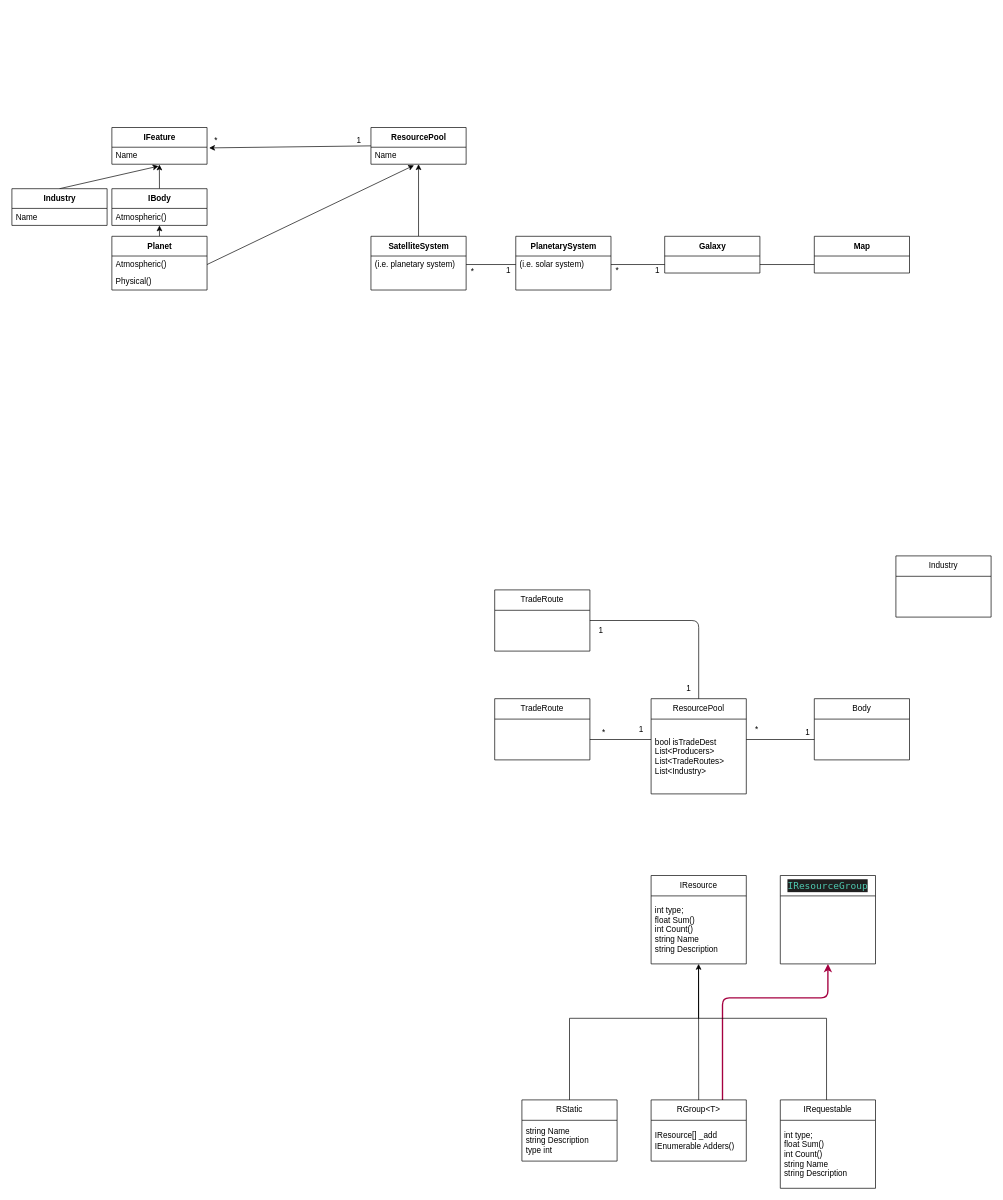
CallumWalley/tradeTest keeps this draw.io diagram as Map/Map.drawio. Above is the earlier version. Source tidied: cells renumbered, new cells numbered last; positions are measured from the earlier drawing's top-left corner, leaving out a move shared by most shapes. Both pictures are drawn from the tidied source at 68%, with x=0, y=0 at pixel (12, 127).
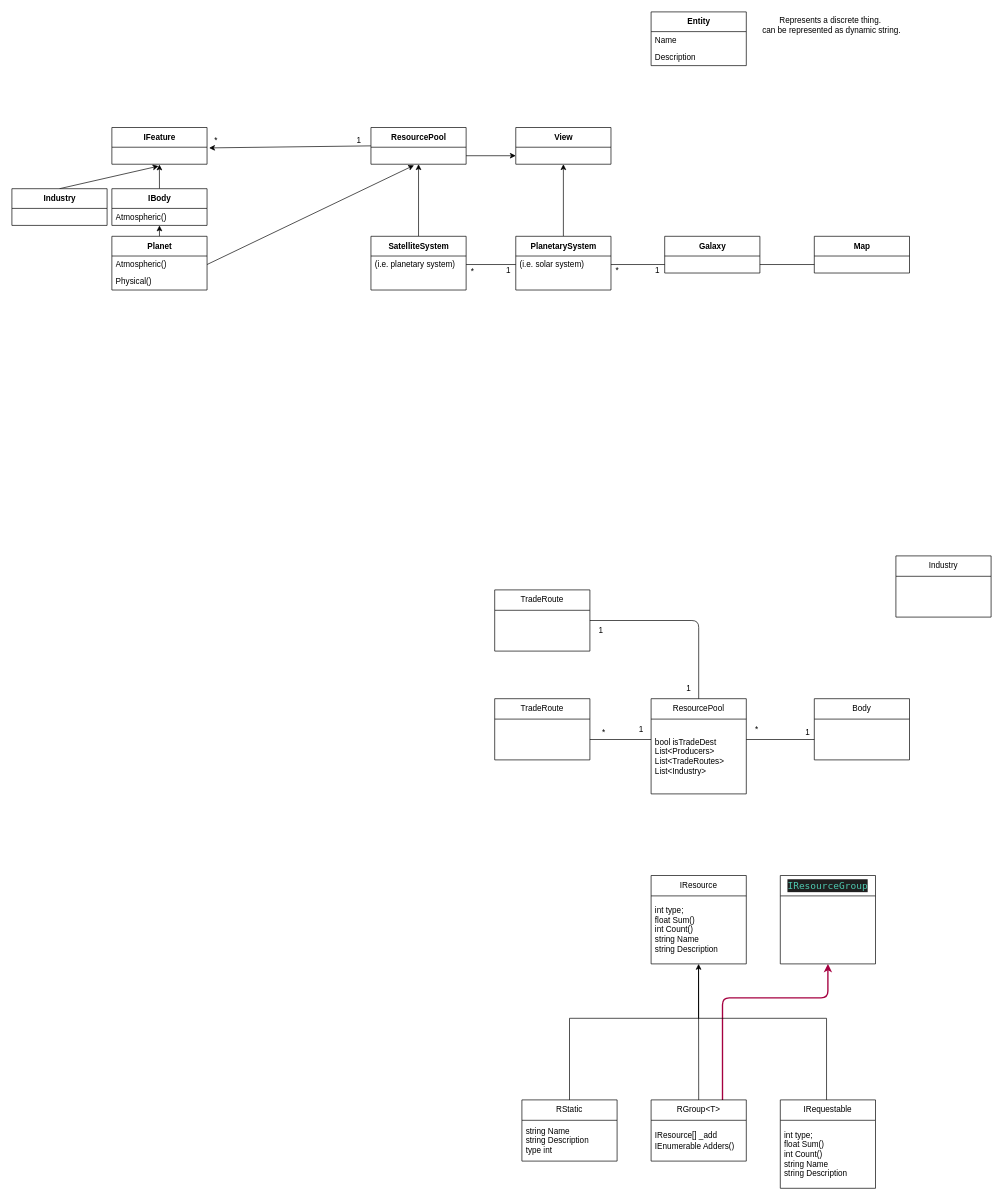
The same diagram, later.

The change refers to these unchanged cells:
```xml
<mxCell id="24" value="Atmospheric()" style="text;html=1;strokeColor=none;fillColor=none;align=left;verticalAlign=middle;spacingLeft=4;spacingRight=4;overflow=hidden;points=[[0,0.5],[1,0.5]];portConstraint=eastwest;dashed=1;" parent="23" vertex="1">
  <mxGeometry y="29" width="140" height="25" as="geometry" />
</mxCell>
<mxCell id="27" value="SatelliteSystem" style="swimlane;fontStyle=1;align=center;verticalAlign=middle;horizontal=1;startSize=29;html=1;" parent="1" vertex="1">
  <mxGeometry x="528" y="160" width="140" height="79" as="geometry" />
</mxCell>
<mxCell id="40" value="IBody" style="swimlane;fontStyle=1;align=center;verticalAlign=middle;horizontal=1;startSize=29;html=1;" parent="1" vertex="1">
  <mxGeometry x="147" y="90" width="140" height="54" as="geometry" />
</mxCell>
<mxCell id="43" value="ResourcePool" style="swimlane;fontStyle=1;align=center;verticalAlign=middle;horizontal=1;startSize=29;html=1;" parent="1" vertex="1">
  <mxGeometry x="528" width="140" height="54" as="geometry" />
</mxCell>
<mxCell id="45" value="PlanetarySystem" style="swimlane;fontStyle=1;align=center;verticalAlign=middle;horizontal=1;startSize=29;html=1;" parent="1" vertex="1">
  <mxGeometry x="741" y="160" width="140" height="79" as="geometry" />
</mxCell>
<mxCell id="48" value="IFeature" style="swimlane;fontStyle=1;align=center;verticalAlign=middle;horizontal=1;startSize=29;html=1;" parent="1" vertex="1">
  <mxGeometry x="147" width="140" height="54" as="geometry" />
</mxCell>
<mxCell id="54" value="Industry" style="swimlane;fontStyle=1;align=center;verticalAlign=middle;horizontal=1;startSize=29;html=1;" parent="1" vertex="1">
  <mxGeometry y="90" width="140" height="54" as="geometry" />
</mxCell>
```

The edit, as a diff of the source:
```diff
@@
-    <mxCell id="22" style="edgeStyle=none;html=1;exitX=1;exitY=0.5;exitDx=0;exitDy=0;entryX=0.452;entryY=1.065;entryDx=0;entryDy=0;entryPerimeter=0;" parent="1" edge="1" source="24" target="44">
-      <mxGeometry relative="1" as="geometry" />
+    <mxCell id="22" style="edgeStyle=none;html=1;exitX=1;exitY=0.5;exitDx=0;exitDy=0;entryX=0.452;entryY=1.065;entryDx=0;entryDy=0;entryPerimeter=0;" parent="1" edge="1" source="24">
+      <mxGeometry relative="1" as="geometry">
+        <mxPoint x="591.3" y="55.6" as="targetPoint" />
+      </mxGeometry>
     </mxCell>
@@
-    <mxCell id="26" style="edgeStyle=none;html=1;exitX=0.5;exitY=0;exitDx=0;exitDy=0;" parent="1" edge="1" source="27" target="44">
-      <mxGeometry relative="1" as="geometry" />
+    <mxCell id="26" style="edgeStyle=none;html=1;exitX=0.5;exitY=0;exitDx=0;exitDy=0;" parent="1" edge="1" source="27">
+      <mxGeometry relative="1" as="geometry">
+        <mxPoint x="598" y="54" as="targetPoint" />
+      </mxGeometry>
     </mxCell>
@@
-    <mxCell id="39" style="edgeStyle=none;html=1;exitX=0.5;exitY=0;exitDx=0;exitDy=0;entryX=0.499;entryY=1.017;entryDx=0;entryDy=0;entryPerimeter=0;" parent="1" edge="1" source="40" target="49">
-      <mxGeometry relative="1" as="geometry" />
+    <mxCell id="39" style="edgeStyle=none;html=1;exitX=0.5;exitY=0;exitDx=0;exitDy=0;entryX=0.499;entryY=1.017;entryDx=0;entryDy=0;entryPerimeter=0;" parent="1" edge="1" source="40">
+      <mxGeometry relative="1" as="geometry">
+        <mxPoint x="216.9" y="54.4" as="targetPoint" />
+      </mxGeometry>
     </mxCell>
@@
-    <mxCell id="44" value="Name" style="text;html=1;strokeColor=none;fillColor=none;align=left;verticalAlign=middle;spacingLeft=4;spacingRight=4;overflow=hidden;points=[[0,0.5],[1,0.5]];portConstraint=eastwest;dashed=1;" parent="43" vertex="1">
-      <mxGeometry y="29" width="140" height="25" as="geometry" />
-    </mxCell>
+    <mxCell id="66" style="edgeStyle=none;html=1;exitX=0.5;exitY=0;exitDx=0;exitDy=0;" parent="1" edge="1" source="45">
+      <mxGeometry relative="1" as="geometry">
+        <mxPoint x="811" y="54" as="targetPoint" />
+      </mxGeometry>
+    </mxCell>
@@
-    <mxCell id="49" value="Name" style="text;html=1;strokeColor=none;fillColor=none;align=left;verticalAlign=middle;spacingLeft=4;spacingRight=4;overflow=hidden;points=[[0,0.5],[1,0.5]];portConstraint=eastwest;dashed=1;" parent="48" vertex="1">
-      <mxGeometry y="29" width="140" height="25" as="geometry" />
-    </mxCell>
@@
-    <mxCell id="53" style="edgeStyle=none;html=1;exitX=0.5;exitY=0;exitDx=0;exitDy=0;entryX=0.49;entryY=1.113;entryDx=0;entryDy=0;entryPerimeter=0;" parent="1" edge="1" source="54" target="49">
-      <mxGeometry relative="1" as="geometry" />
+    <mxCell id="53" style="edgeStyle=none;html=1;exitX=0.5;exitY=0;exitDx=0;exitDy=0;entryX=0.49;entryY=1.113;entryDx=0;entryDy=0;entryPerimeter=0;" parent="1" edge="1" source="54">
+      <mxGeometry relative="1" as="geometry">
+        <mxPoint x="215.6" y="56.8" as="targetPoint" />
+      </mxGeometry>
     </mxCell>
@@
-    <mxCell id="55" value="Name" style="text;html=1;strokeColor=none;fillColor=none;align=left;verticalAlign=middle;spacingLeft=4;spacingRight=4;overflow=hidden;dashed=1;" parent="54" vertex="1">
-      <mxGeometry y="29" width="140" height="25" as="geometry" />
-    </mxCell>
@@
+    <mxCell id="67" value="View" style="swimlane;fontStyle=1;align=center;verticalAlign=middle;horizontal=1;startSize=29;html=1;" parent="1" vertex="1">
+      <mxGeometry x="741" width="140" height="54" as="geometry" />
+    </mxCell>
+    <mxCell id="68" style="edgeStyle=none;html=1;exitX=1;exitY=0.5;exitDx=0;exitDy=0;entryX=0;entryY=0.5;entryDx=0;entryDy=0;" parent="1" edge="1">
+      <mxGeometry relative="1" as="geometry">
+        <mxPoint x="668" y="41.5" as="sourcePoint" />
+        <mxPoint x="741" y="41.5" as="targetPoint" />
+      </mxGeometry>
+    </mxCell>
+    <mxCell id="69" value="Entity" style="swimlane;fontStyle=1;align=center;verticalAlign=middle;horizontal=1;startSize=29;html=1;" parent="1" vertex="1">
+      <mxGeometry x="940" y="-170" width="140" height="79" as="geometry" />
+    </mxCell>
+    <mxCell id="70" value="Name" style="text;html=1;strokeColor=none;fillColor=none;align=left;verticalAlign=middle;spacingLeft=4;spacingRight=4;overflow=hidden;dashed=1;" parent="69" vertex="1">
+      <mxGeometry y="29" width="140" height="25" as="geometry" />
+    </mxCell>
+    <mxCell id="71" value="Description" style="text;html=1;strokeColor=none;fillColor=none;align=left;verticalAlign=middle;spacingLeft=4;spacingRight=4;overflow=hidden;dashed=1;" parent="69" vertex="1">
+      <mxGeometry y="54" width="140" height="25" as="geometry" />
+    </mxCell>
+    <mxCell id="72" value="Represents a discrete thing.&amp;nbsp;&lt;br&gt;can be represented as dynamic string." style="text;html=1;align=center;verticalAlign=middle;strokeColor=none;fillColor=none;" parent="1" vertex="1">
+      <mxGeometry x="1090" y="-170" width="230" height="40" as="geometry" />
+    </mxCell>
```
